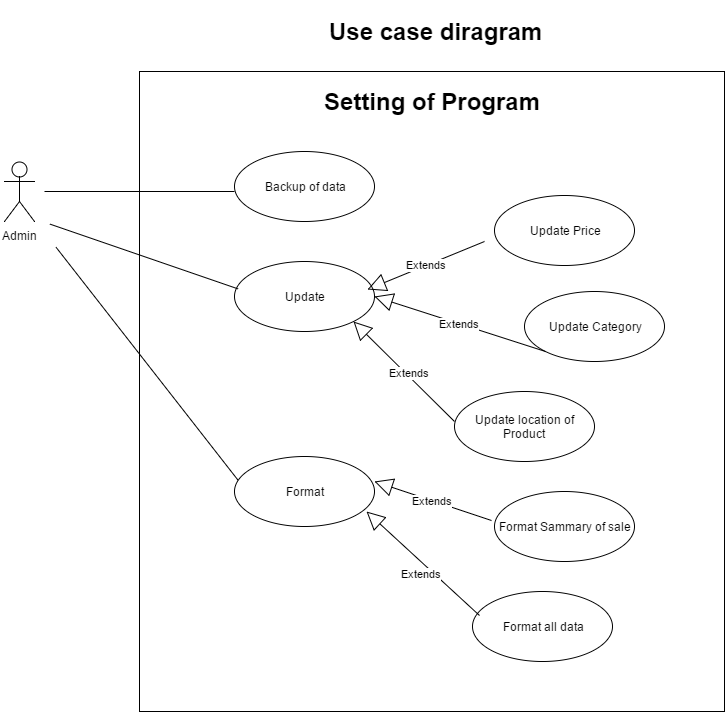
Earlier version of the draw.io export Use case Diragram(Setting of Program) .png (suthikiet076/bSoftPOS_reqDoc). Source tidied: cells renumbered, new cells last; positions are measured from the earlier drawing's top-left corner, leaving out a move shared by most shapes. Source of this version:
```xml
<mxGraphModel background="#ffffff">
  <root>
    <mxCell id="0" />
    <mxCell id="1" parent="0" />
    <mxCell id="2" value="Admin" style="shape=umlActor;verticalLabelPosition=bottom;labelBackgroundColor=#ffffff;verticalAlign=top;html=1;" parent="1" vertex="1">
      <mxGeometry x="7" y="160" width="30" height="60" as="geometry" />
    </mxCell>
    <mxCell id="3" style="whiteSpace=wrap;html=1;direction=west;" parent="1" vertex="1">
      <mxGeometry x="142" y="70" width="585" height="640" as="geometry" />
    </mxCell>
    <mxCell id="4" value="Setting of Program" style="text;html=1;fontSize=24;fontStyle=1;verticalAlign=middle;align=center;" parent="1" vertex="1">
      <mxGeometry x="325" y="80" width="220" height="40" as="geometry" />
    </mxCell>
    <mxCell id="5" value="Backup of data" style="ellipse;whiteSpace=wrap;html=1;" parent="1" vertex="1">
      <mxGeometry x="237" y="150" width="140" height="70" as="geometry" />
    </mxCell>
    <mxCell id="6" style="line;html=1;strokeWidth=1;fillColor=none;align=left;verticalAlign=middle;spacingTop=-1;spacingLeft=3;spacingRight=3;labelPosition=right;" parent="1" vertex="1">
      <mxGeometry x="47" y="186" width="190" height="8" as="geometry" />
    </mxCell>
    <mxCell id="7" value="Update" style="ellipse;whiteSpace=wrap;html=1;" parent="1" vertex="1">
      <mxGeometry x="237" y="260" width="140" height="70" as="geometry" />
    </mxCell>
    <mxCell id="8" style="line;html=1;strokeWidth=1;fillColor=none;align=left;verticalAlign=middle;spacingTop=-1;spacingLeft=3;spacingRight=3;labelPosition=right;rotation=19;" parent="1" vertex="1">
      <mxGeometry x="47" y="251" width="199" height="8" as="geometry" />
    </mxCell>
    <mxCell id="9" style="line;html=1;strokeWidth=1;fillColor=none;align=left;verticalAlign=middle;spacingTop=-1;spacingLeft=3;spacingRight=3;labelPosition=right;rotation=52;" parent="1" vertex="1">
      <mxGeometry y="362" width="305" height="8" as="geometry" />
    </mxCell>
    <mxCell id="10" value="Format" style="ellipse;whiteSpace=wrap;html=1;" parent="1" vertex="1">
      <mxGeometry x="237" y="455" width="140" height="70" as="geometry" />
    </mxCell>
    <mxCell id="11" value="Update Price" style="ellipse;whiteSpace=wrap;html=1;" parent="1" vertex="1">
      <mxGeometry x="497" y="194" width="140" height="70" as="geometry" />
    </mxCell>
    <mxCell id="12" value="Update location of Product" style="ellipse;whiteSpace=wrap;html=1;" parent="1" vertex="1">
      <mxGeometry x="457" y="390" width="140" height="70" as="geometry" />
    </mxCell>
    <mxCell id="13" value="Update Category" style="ellipse;whiteSpace=wrap;html=1;" parent="1" vertex="1">
      <mxGeometry x="527" y="290" width="140" height="70" as="geometry" />
    </mxCell>
    <mxCell id="14" value="Extends" style="endArrow=block;endSize=16;endFill=0;html=1;entryX=0.95;entryY=0.4;entryPerimeter=0;" parent="1" edge="1" target="7">
      <mxGeometry relative="1" as="geometry">
        <mxPoint x="487" y="240" as="sourcePoint" />
      </mxGeometry>
    </mxCell>
    <mxCell id="15" value="Extends" style="endArrow=block;endSize=16;endFill=0;html=1;exitX=0;exitY=1;entryX=1;entryY=0.5;" parent="1" edge="1" source="13" target="7">
      <mxGeometry relative="1" as="geometry" />
    </mxCell>
    <mxCell id="16" value="Extends" style="endArrow=block;endSize=16;endFill=0;html=1;entryX=1;entryY=1;" parent="1" edge="1" target="7">
      <mxGeometry x="-0.08" y="-3" relative="1" as="geometry">
        <mxPoint x="457" y="420" as="sourcePoint" />
      </mxGeometry>
    </mxCell>
    <mxCell id="17" value="Format all data" style="ellipse;whiteSpace=wrap;html=1;" parent="1" vertex="1">
      <mxGeometry x="475" y="590" width="140" height="70" as="geometry" />
    </mxCell>
    <mxCell id="18" value="Format Sammary of sale" style="ellipse;whiteSpace=wrap;html=1;" parent="1" vertex="1">
      <mxGeometry x="497" y="490" width="140" height="70" as="geometry" />
    </mxCell>
    <mxCell id="19" value="Extends" style="endArrow=block;endSize=16;endFill=0;html=1;exitX=-0.021;exitY=0.414;exitPerimeter=0;" parent="1" edge="1" source="18">
      <mxGeometry relative="1" as="geometry">
        <mxPoint x="377" y="480" as="targetPoint" />
      </mxGeometry>
    </mxCell>
    <mxCell id="20" value="Extends" style="endArrow=block;endSize=16;endFill=0;html=1;exitX=0.05;exitY=0.343;exitPerimeter=0;entryX=0.943;entryY=0.786;entryPerimeter=0;" parent="1" edge="1" source="17" target="10">
      <mxGeometry x="-0.08" y="9" relative="1" as="geometry" />
    </mxCell>
    <mxCell id="21" value="Use case diragram" style="text;html=1;fontSize=24;fontStyle=1;verticalAlign=middle;align=center;" parent="1" vertex="1">
      <mxGeometry x="307" width="262" height="60" as="geometry" />
    </mxCell>
  </root>
</mxGraphModel>
```
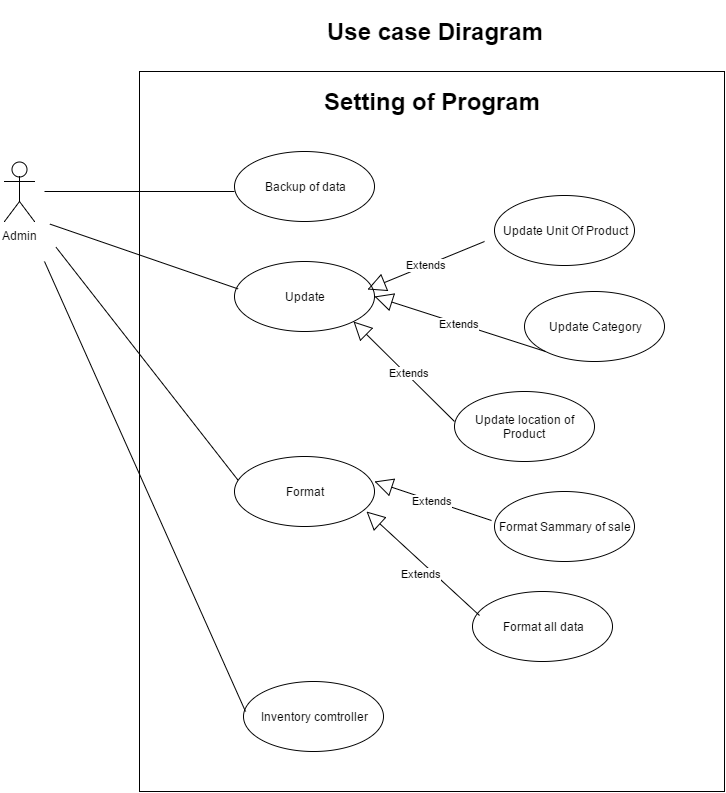
The same diagram one commit later.

Commit message:
MVC & Sequnce diragram of setting Program

Diff of the diagram source:
```diff
@@ -1,4 +1,4 @@
-<mxGraphModel background="#ffffff">
+<mxGraphModel>
   <root>
     <mxCell id="0" />
     <mxCell id="1" parent="0" />
@@ -6,7 +6,7 @@
       <mxGeometry x="7" y="160" width="30" height="60" as="geometry" />
     </mxCell>
     <mxCell id="3" style="whiteSpace=wrap;html=1;direction=west;" parent="1" vertex="1">
-      <mxGeometry x="142" y="70" width="585" height="640" as="geometry" />
+      <mxGeometry x="142" y="70" width="585" height="720" as="geometry" />
     </mxCell>
     <mxCell id="4" value="Setting of Program" style="text;html=1;fontSize=24;fontStyle=1;verticalAlign=middle;align=center;" parent="1" vertex="1">
       <mxGeometry x="325" y="80" width="220" height="40" as="geometry" />
@@ -29,7 +29,7 @@
     <mxCell id="10" value="Format" style="ellipse;whiteSpace=wrap;html=1;" parent="1" vertex="1">
       <mxGeometry x="237" y="455" width="140" height="70" as="geometry" />
     </mxCell>
-    <mxCell id="11" value="Update Price" style="ellipse;whiteSpace=wrap;html=1;" parent="1" vertex="1">
+    <mxCell id="11" value="Update Unit Of Product" style="ellipse;whiteSpace=wrap;html=1;" parent="1" vertex="1">
       <mxGeometry x="497" y="194" width="140" height="70" as="geometry" />
     </mxCell>
     <mxCell id="12" value="Update location of Product" style="ellipse;whiteSpace=wrap;html=1;" parent="1" vertex="1">
@@ -65,8 +65,17 @@
     <mxCell id="20" value="Extends" style="endArrow=block;endSize=16;endFill=0;html=1;exitX=0.05;exitY=0.343;exitPerimeter=0;entryX=0.943;entryY=0.786;entryPerimeter=0;" parent="1" edge="1" source="17" target="10">
       <mxGeometry x="-0.08" y="9" relative="1" as="geometry" />
     </mxCell>
-    <mxCell id="21" value="Use case diragram" style="text;html=1;fontSize=24;fontStyle=1;verticalAlign=middle;align=center;" parent="1" vertex="1">
+    <mxCell id="21" value="Use case Diragram" style="text;html=1;fontSize=24;fontStyle=1;verticalAlign=middle;align=center;" parent="1" vertex="1">
       <mxGeometry x="307" width="262" height="60" as="geometry" />
     </mxCell>
+    <mxCell id="22" value="Inventory comtroller" style="ellipse;whiteSpace=wrap;html=1;" parent="1" vertex="1">
+      <mxGeometry x="246" y="680" width="140" height="70" as="geometry" />
+    </mxCell>
+    <mxCell id="23" style="endArrow=none;html=1;fontSize=19;" parent="1" edge="1">
+      <mxGeometry relative="1" as="geometry">
+        <mxPoint x="47" y="260" as="sourcePoint" />
+        <mxPoint x="248" y="710" as="targetPoint" />
+      </mxGeometry>
+    </mxCell>
   </root>
 </mxGraphModel>
```
